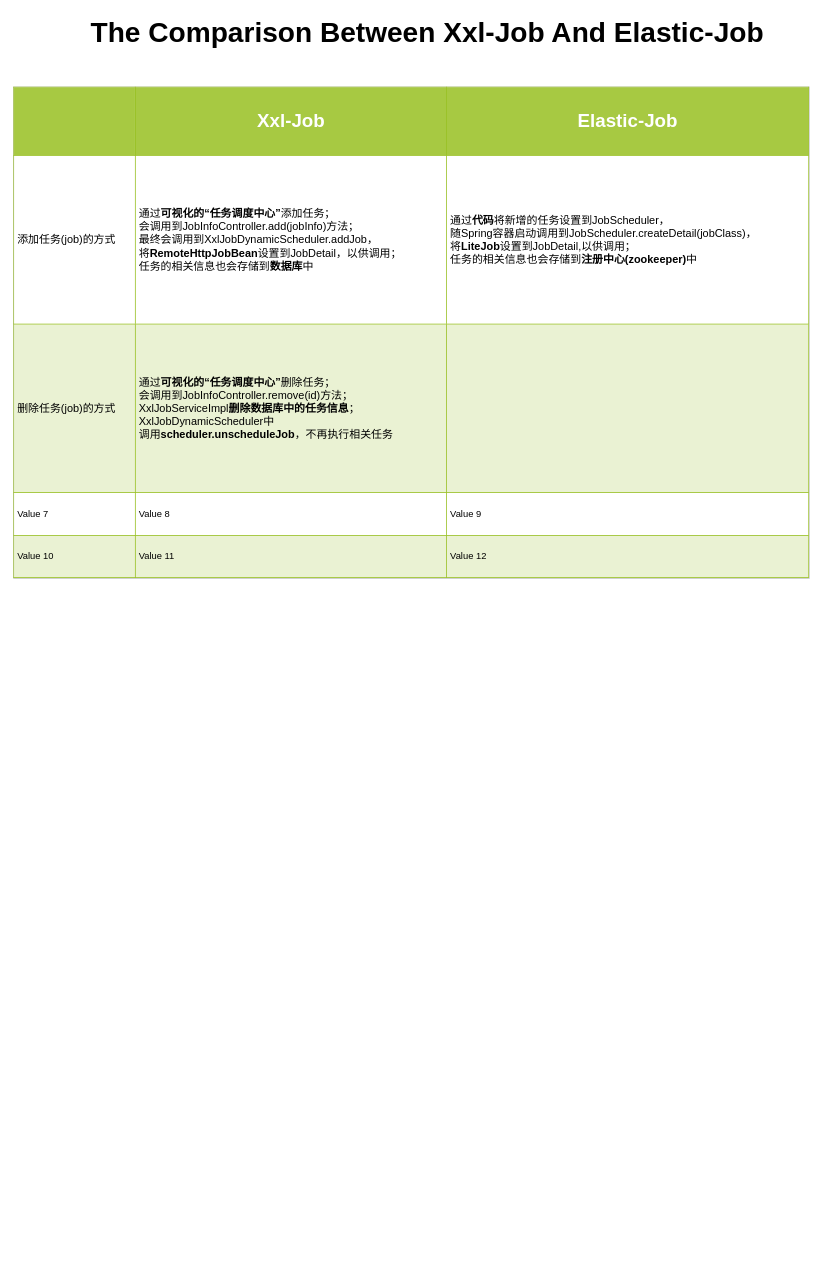
Earlier version of the draw.io diagram xxl-job/The Comparison Between Xxl-Job And Elastic-Job.drawio (llrrbaba/BlogList). Source tidied: cells renumbered, new cells numbered last; positions are measured from the earlier drawing's top-left corner, leaving out a move shared by most shapes. Both pictures are drawn from the tidied source at 78%, with x=0, y=0 at pixel (13, 16).
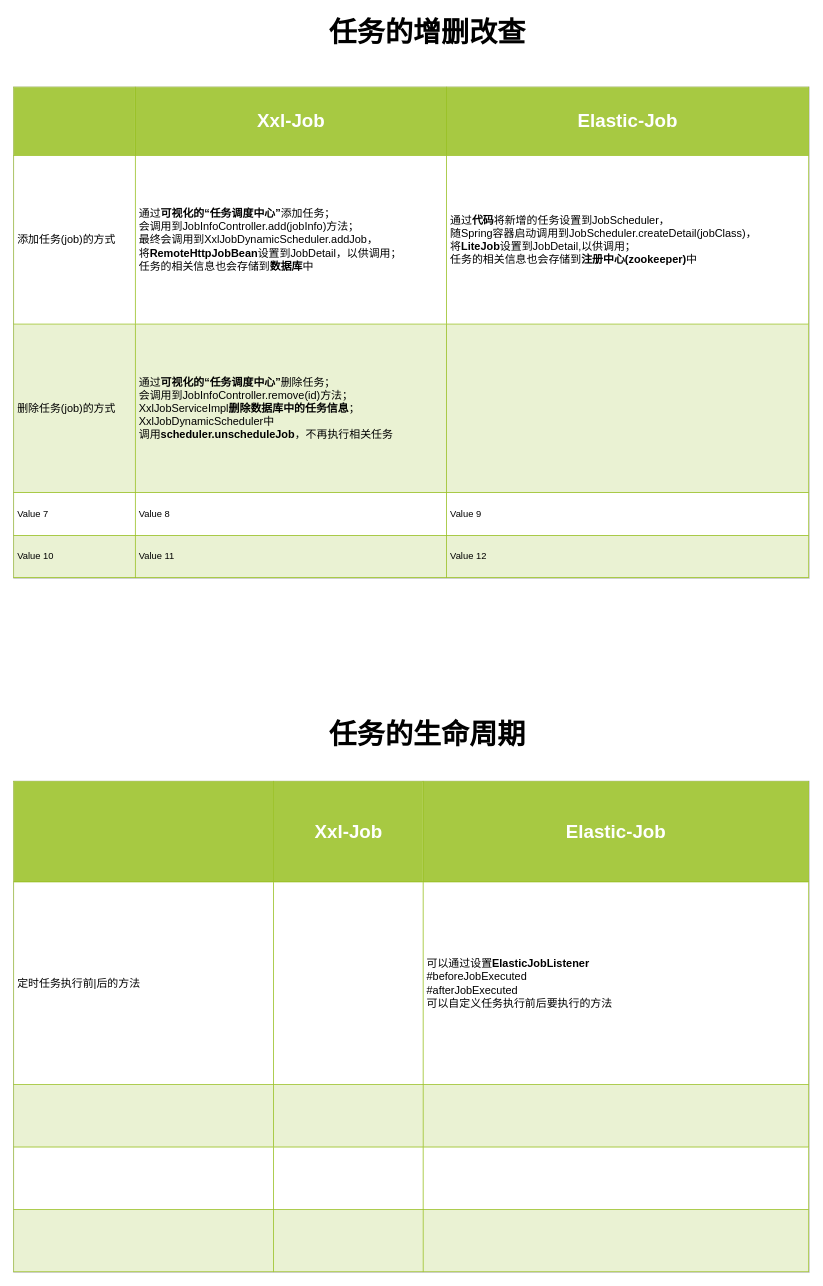
The same diagram, later.

Change to the diagram source:
```diff
@@
 <mxGraphModel background="#ffffff">
   <root>
     <mxCell id="0" />
     <mxCell id="1" parent="0" />
-    <mxCell id="2" value="&lt;font style=&quot;font-size: 36px&quot;&gt;The C&lt;span&gt;omparison Between Xxl-Job And Elastic-Job&lt;/span&gt;&lt;/font&gt;" style="text;strokeColor=none;fillColor=none;html=1;fontSize=24;fontStyle=1;verticalAlign=middle;align=center;rounded=0;shadow=1;" parent="1" vertex="1">
+    <mxCell id="2" value="&lt;span style=&quot;font-size: 36px&quot;&gt;任务的增删改查&lt;/span&gt;&lt;br&gt;" style="text;strokeColor=none;fillColor=none;html=1;fontSize=24;fontStyle=1;verticalAlign=middle;align=center;rounded=0;shadow=1;" parent="1" vertex="1">
       <mxGeometry x="140" width="780" height="40" as="geometry" />
     </mxCell>
     <mxCell id="3" value="&lt;table border=&quot;1&quot; width=&quot;100%&quot; cellpadding=&quot;4&quot; style=&quot;width: 100% ; height: 100% ; border-collapse: collapse&quot;&gt;&lt;tbody&gt;&lt;tr style=&quot;background-color: #a7c942 ; color: #ffffff ; border: 1px solid #98bf21&quot;&gt;&lt;th align=&quot;left&quot;&gt;&lt;br&gt;&lt;/th&gt;&lt;th align=&quot;left&quot; style=&quot;text-align: center&quot;&gt;&lt;font style=&quot;font-size: 24px&quot;&gt;Xxl-Job&lt;/font&gt;&lt;/th&gt;&lt;th align=&quot;left&quot; style=&quot;text-align: center&quot;&gt;&lt;font style=&quot;font-size: 24px&quot;&gt;Elastic-Job&lt;/font&gt;&lt;/th&gt;&lt;/tr&gt;&lt;tr style=&quot;border: 1px solid #98bf21&quot;&gt;&lt;td&gt;&lt;font style=&quot;font-size: 14px&quot;&gt;添加任务(job)的方式&lt;/font&gt;&lt;/td&gt;&lt;td&gt;&lt;font style=&quot;font-size: 14px&quot;&gt;通过&lt;b&gt;可视化的“任务调度中心”&lt;/b&gt;添加任务；&lt;br&gt;会调用到JobInfoController.add(jobInfo)方法；&lt;br&gt;最终会调用到XxlJobDynamicScheduler.addJob，&lt;br&gt;将&lt;b&gt;RemoteHttpJobBean&lt;/b&gt;设置到JobDetail，以供调用；&lt;br&gt;任务的相关信息也会存储到&lt;b&gt;数据库&lt;/b&gt;中&lt;/font&gt;&lt;/td&gt;&lt;td&gt;&lt;font style=&quot;font-size: 14px&quot;&gt;通过&lt;b&gt;代码&lt;/b&gt;将新增的任务设置到JobScheduler，&lt;br&gt;随Spring容器启动调用到JobScheduler.createDetail(jobClass)，&lt;br&gt;将&lt;b&gt;LiteJob&lt;/b&gt;设置到JobDetail,以供调用；&lt;br&gt;任务的相关信息也会存储到&lt;b&gt;注册中心(zookeeper)&lt;/b&gt;中&lt;/font&gt;&lt;/td&gt;&lt;/tr&gt;&lt;tr style=&quot;background-color: #eaf2d3 ; border: 1px solid #98bf21&quot;&gt;&lt;td&gt;&lt;font style=&quot;font-size: 14px&quot;&gt;删除任务(job)的方式&lt;/font&gt;&lt;/td&gt;&lt;td&gt;&lt;font style=&quot;font-size: 14px&quot;&gt;通过&lt;b&gt;可视化的“任务调度中心”&lt;/b&gt;删除任务；&lt;br&gt;会调用到JobInfoController.remove(id)方法；&lt;br&gt;XxlJobServiceImpl&lt;b&gt;删除数据库中的任务信息&lt;/b&gt;；&lt;br&gt;XxlJobDynamicScheduler中&lt;br&gt;调用&lt;b&gt;scheduler&lt;/b&gt;&lt;b&gt;.unscheduleJob&lt;/b&gt;，不再执行相关任务&lt;/font&gt;&lt;/td&gt;&lt;td&gt;&lt;br&gt;&lt;/td&gt;&lt;/tr&gt;&lt;tr style=&quot;border: 1px solid #98bf21&quot;&gt;&lt;td&gt;Value 7&lt;/td&gt;&lt;td&gt;Value 8&lt;/td&gt;&lt;td&gt;Value 9&lt;/td&gt;&lt;/tr&gt;&lt;tr style=&quot;background-color: #eaf2d3 ; border: 1px solid #98bf21&quot;&gt;&lt;td&gt;Value 10&lt;/td&gt;&lt;td&gt;Value 11&lt;/td&gt;&lt;td&gt;Value 12&lt;/td&gt;&lt;/tr&gt;&lt;/tbody&gt;&lt;/table&gt;" style="text;html=1;strokeColor=#c0c0c0;fillColor=#ffffff;overflow=fill;rounded=0;" parent="1" vertex="1">
       <mxGeometry y="90" width="1020" height="630" as="geometry" />
     </mxCell>
+    <mxCell id="4" value="&lt;table border=&quot;1&quot; width=&quot;100%&quot; cellpadding=&quot;4&quot; style=&quot;width: 100% ; height: 100% ; border-collapse: collapse&quot;&gt;&lt;tbody&gt;&lt;tr style=&quot;background-color: #a7c942 ; color: #ffffff ; border: 1px solid #98bf21&quot;&gt;&lt;th align=&quot;left&quot;&gt;&lt;br&gt;&lt;/th&gt;&lt;th align=&quot;left&quot; style=&quot;text-align: center&quot;&gt;&lt;font style=&quot;font-size: 24px&quot;&gt;Xxl-Job&lt;/font&gt;&lt;/th&gt;&lt;th align=&quot;left&quot; style=&quot;text-align: center&quot;&gt;&lt;font style=&quot;font-size: 24px&quot;&gt;Elastic-Job&lt;/font&gt;&lt;/th&gt;&lt;/tr&gt;&lt;tr style=&quot;border: 1px solid #98bf21&quot;&gt;&lt;td&gt;&lt;font style=&quot;font-size: 14px&quot;&gt;定时任务执行前|后的方法&lt;/font&gt;&lt;/td&gt;&lt;td&gt;&lt;br&gt;&lt;/td&gt;&lt;td&gt;&lt;font style=&quot;font-size: 14px&quot;&gt;可以通过设置&lt;b&gt;ElasticJobListener&lt;/b&gt;&lt;br&gt;#beforeJobExecuted&lt;br&gt;#afterJobExecuted&lt;br&gt;可以自定义任务执行前后要执行的方法&lt;/font&gt;&lt;br&gt;&lt;/td&gt;&lt;/tr&gt;&lt;tr style=&quot;background-color: #eaf2d3 ; border: 1px solid #98bf21&quot;&gt;&lt;td&gt;&lt;br&gt;&lt;/td&gt;&lt;td&gt;&lt;/td&gt;&lt;td&gt;&lt;br&gt;&lt;/td&gt;&lt;/tr&gt;&lt;tr style=&quot;border: 1px solid #98bf21&quot;&gt;&lt;td&gt;&lt;br&gt;&lt;/td&gt;&lt;td&gt;&lt;br&gt;&lt;/td&gt;&lt;td&gt;&lt;/td&gt;&lt;/tr&gt;&lt;tr style=&quot;background-color: #eaf2d3 ; border: 1px solid #98bf21&quot;&gt;&lt;td&gt;&lt;br&gt;&lt;/td&gt;&lt;td&gt;&lt;/td&gt;&lt;td&gt;&lt;/td&gt;&lt;/tr&gt;&lt;/tbody&gt;&lt;/table&gt;" style="text;html=1;strokeColor=#c0c0c0;fillColor=#ffffff;overflow=fill;rounded=0;" parent="1" vertex="1">
+      <mxGeometry y="980" width="1020" height="630" as="geometry" />
+    </mxCell>
+    <mxCell id="5" value="&lt;span style=&quot;font-size: 36px&quot;&gt;任务的生命周期&lt;/span&gt;&lt;br&gt;" style="text;strokeColor=none;fillColor=none;html=1;fontSize=24;fontStyle=1;verticalAlign=middle;align=center;rounded=0;shadow=1;" parent="1" vertex="1">
+      <mxGeometry x="140" y="900" width="780" height="40" as="geometry" />
+    </mxCell>
   </root>
 </mxGraphModel>
```
